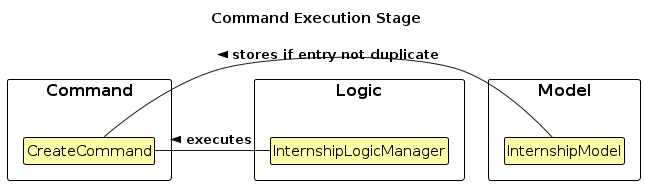
Above: diagrams/CreateCommandExecute.png in AY2324S1-CS2103T-W17-1/tp (PlantUML), before the change. Its source is kept beside it as diagrams/CreateCommandExecute.puml.
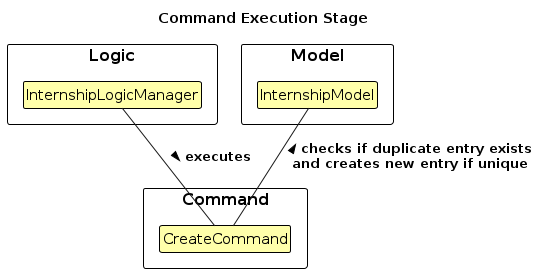
Later version of the same file.

Change to the diagram source:
```diff
@@ -18,9 +18,7 @@
     class CreateCommand as "CreateCommand"
 }
 
-CreateCommand - InternshipLogicManager: executes <
-CreateCommand - InternshipModel : stores if entry not duplicate <
-InternshipModel -[hidden]up-> CreateCommand
-
+InternshipLogicManager -down- CreateCommand : > executes
+CreateCommand -up- InternshipModel : < checks if duplicate entry exists\nand creates new entry if unique
 
 @enduml
```
